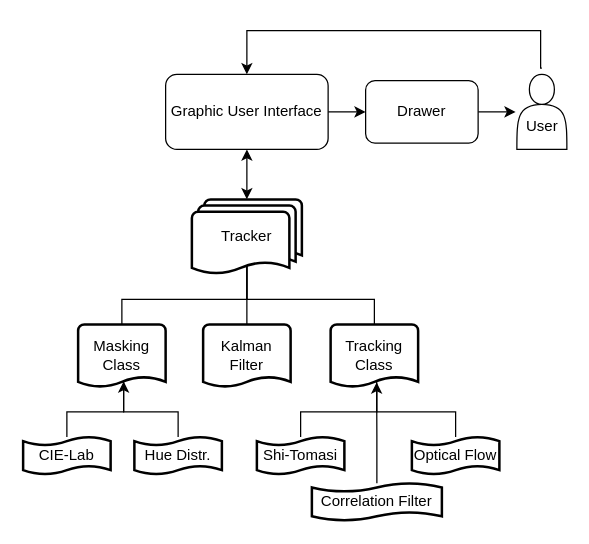
amechu/TP_FINAL_ASSD keeps this draw.io diagram as Classes.drawio. Above is the earlier version. Source tidied: cells renumbered, new cells numbered last; positions are measured from the earlier drawing's top-left corner, leaving out a move shared by most shapes. Both pictures are drawn from the tidied source at 125%, with x=0, y=0 at pixel (22, 30).
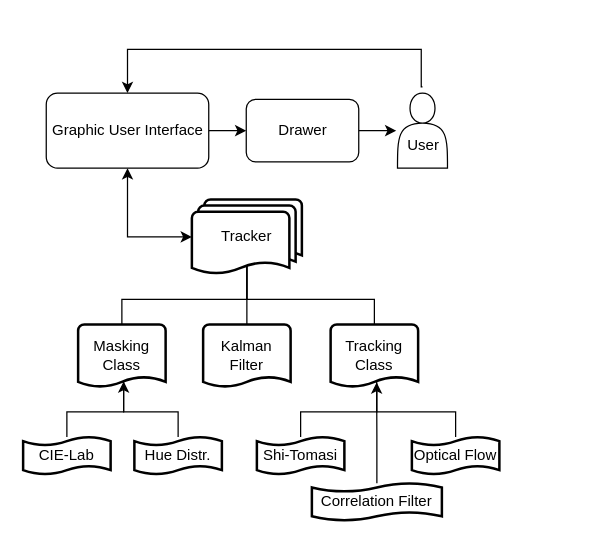
The same diagram, later.

The change refers to these unchanged cells:
```xml
<mxCell id="9" value="Tracker" style="strokeWidth=2;html=1;shape=mxgraph.flowchart.multi-document;whiteSpace=wrap;" parent="1" vertex="1">
  <mxGeometry x="135" y="135" width="88" height="60" as="geometry" />
</mxCell>
```

The edit, as a diff of the source:
```diff
@@
-    <mxCell id="3" style="edgeStyle=orthogonalEdgeStyle;rounded=0;jettySize=auto;html=1;exitX=0.5;exitY=1;exitDx=0;exitDy=0;entryX=0.5;entryY=0;entryDx=0;entryDy=0;entryPerimeter=0;startArrow=classic;startFill=1;" parent="1" edge="1" source="4" target="9">
+    <mxCell id="3" style="edgeStyle=orthogonalEdgeStyle;rounded=0;jettySize=auto;html=1;exitX=0.5;exitY=1;exitDx=0;exitDy=0;entryX=0;entryY=0.5;entryDx=0;entryDy=0;entryPerimeter=0;startArrow=classic;startFill=1;" parent="1" edge="1" source="4" target="9">
       <mxGeometry relative="1" as="geometry" />
     </mxCell>
     <mxCell id="4" value="Graphic User Interface" style="rounded=1;whiteSpace=wrap;html=1;" parent="1" vertex="1">
-      <mxGeometry x="114" y="35" width="130" height="60" as="geometry" />
+      <mxGeometry x="18.5" y="50" width="130" height="60" as="geometry" />
     </mxCell>
     <mxCell id="5" style="edgeStyle=orthogonalEdgeStyle;rounded=0;jettySize=auto;html=1;" parent="1" edge="1" source="6">
       <mxGeometry relative="1" as="geometry">
-        <mxPoint x="394" y="65" as="targetPoint" />
+        <mxPoint x="298.5" y="80" as="targetPoint" />
       </mxGeometry>
     </mxCell>
     <mxCell id="6" value="Drawer" style="rounded=1;whiteSpace=wrap;html=1;" parent="1" vertex="1">
-      <mxGeometry x="274" y="40" width="90" height="50" as="geometry" />
+      <mxGeometry x="178.5" y="55" width="90" height="50" as="geometry" />
     </mxCell>
     <mxCell id="7" style="edgeStyle=orthogonalEdgeStyle;rounded=0;jettySize=auto;html=1;entryX=0.5;entryY=0;entryDx=0;entryDy=0;startArrow=none;startFill=0;exitX=0.5;exitY=0;exitDx=0;exitDy=0;" parent="1" edge="1" target="4">
       <mxGeometry relative="1" as="geometry">
-        <mxPoint x="415" y="30" as="sourcePoint" />
+        <mxPoint x="319.5" y="45" as="sourcePoint" />
         <Array as="points">
-          <mxPoint x="414" y="30" />
-          <mxPoint x="414" />
-          <mxPoint x="179" />
+          <mxPoint x="318.5" y="45" />
+          <mxPoint x="318.5" y="15" />
+          <mxPoint x="83.5" y="15" />
         </Array>
       </mxGeometry>
     </mxCell>
     <mxCell id="8" style="shape=actor;whiteSpace=wrap;html=1;" parent="1" vertex="1">
-      <mxGeometry x="395" y="35" width="40" height="60" as="geometry" />
+      <mxGeometry x="299.5" y="50" width="40" height="60" as="geometry" />
     </mxCell>
@@
     <mxCell id="26" value="User" style="text;html=1;align=center;verticalAlign=middle;" parent="1" vertex="1">
-      <mxGeometry x="395" y="67" width="40" height="20" as="geometry" />
+      <mxGeometry x="299.5" y="82" width="40" height="20" as="geometry" />
     </mxCell>
```
